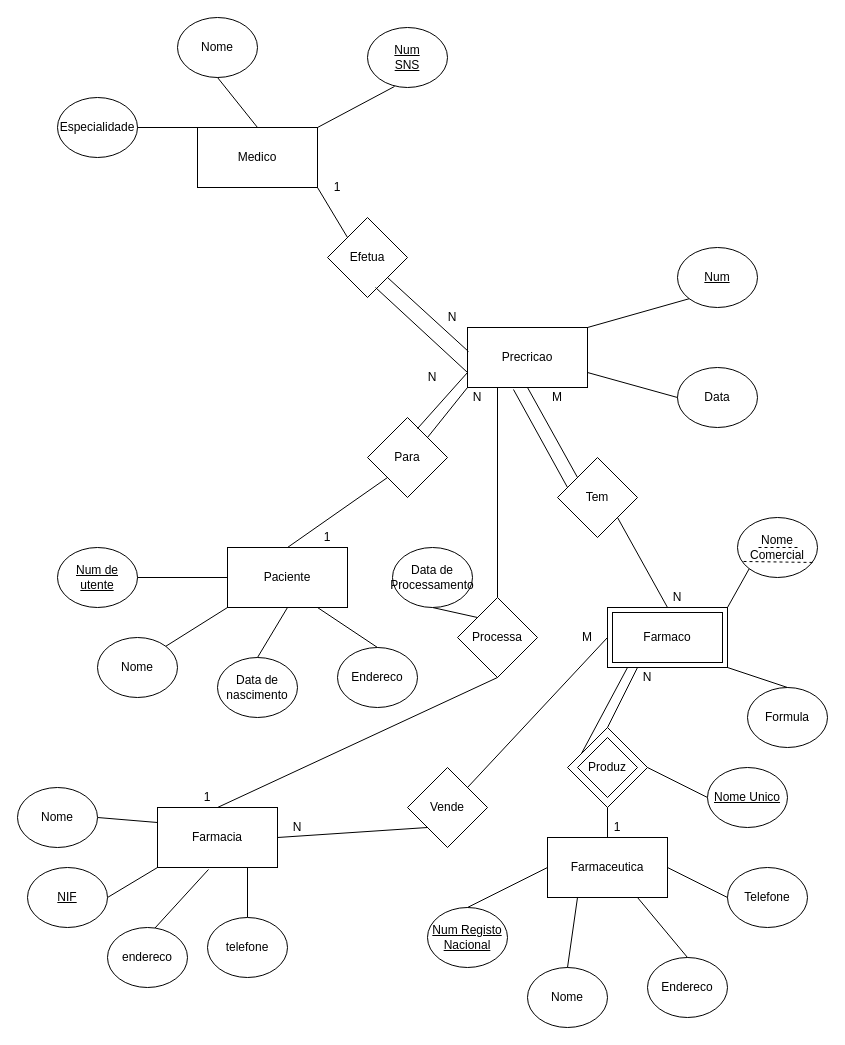
Above: G01/ex2.drawio in ahridesu/guioes-BD (draw.io), before the change. Source tidied: cells renumbered, new cells numbered last; positions are measured from the earlier drawing's top-left corner, leaving out a move shared by most shapes. Both pictures are drawn from the tidied source at 100%, with x=0, y=0 at pixel (17, 17).
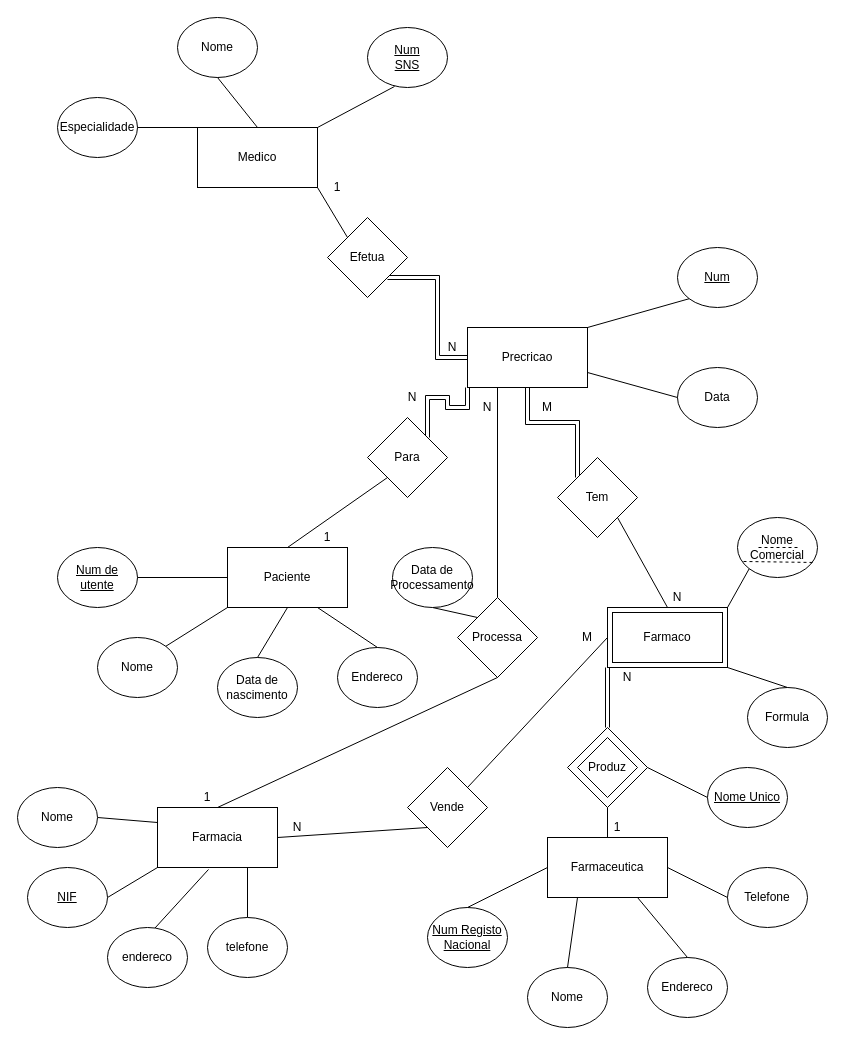
After the change.

Unchanged cells that the change refers to:
```xml
<mxCell id="2" value="Precricao" style="rounded=0;whiteSpace=wrap;html=1;" parent="1" vertex="1">
  <mxGeometry x="450" y="310" width="120" height="60" as="geometry" />
</mxCell>
<mxCell id="5" value="Farmaco" style="rounded=0;whiteSpace=wrap;html=1;" parent="1" vertex="1">
  <mxGeometry x="590" y="590" width="120" height="60" as="geometry" />
</mxCell>
<mxCell id="6" value="Efetua" style="rhombus;whiteSpace=wrap;html=1;" parent="1" vertex="1">
  <mxGeometry x="310" y="200" width="80" height="80" as="geometry" />
</mxCell>
<mxCell id="9" value="Para" style="rhombus;whiteSpace=wrap;html=1;" parent="1" vertex="1">
  <mxGeometry x="350" y="400" width="80" height="80" as="geometry" />
</mxCell>
<mxCell id="17" value="Tem" style="rhombus;whiteSpace=wrap;html=1;" parent="1" vertex="1">
  <mxGeometry x="540" y="440" width="80" height="80" as="geometry" />
</mxCell>
<mxCell id="54" value="Produz" style="rhombus;whiteSpace=wrap;html=1;" parent="1" vertex="1">
  <mxGeometry x="550" y="710" width="80" height="80" as="geometry" />
</mxCell>
<mxCell id="64" value="Processa" style="rhombus;whiteSpace=wrap;html=1;" parent="1" vertex="1">
  <mxGeometry x="440" y="580" width="80" height="80" as="geometry" />
</mxCell>
```

The edit, as a diff of the source:
```diff
@@
+    <mxCell id="18" style="edgeStyle=orthogonalEdgeStyle;shape=link;rounded=0;jettySize=auto;html=1;exitX=0.5;exitY=1;exitDx=0;exitDy=0;entryX=0;entryY=0;entryDx=0;entryDy=0;" parent="1" edge="1" source="2" target="17">
+      <mxGeometry relative="1" as="geometry" />
+    </mxCell>
+    <mxCell id="88" style="edgeStyle=orthogonalEdgeStyle;shape=link;rounded=0;jettySize=auto;html=1;exitX=0;exitY=1;exitDx=0;exitDy=0;entryX=1;entryY=0;entryDx=0;entryDy=0;" parent="1" edge="1" source="2" target="9">
+      <mxGeometry relative="1" as="geometry" />
+    </mxCell>
@@
+    <mxCell id="89" style="edgeStyle=orthogonalEdgeStyle;shape=link;rounded=0;jettySize=auto;html=1;exitX=0;exitY=1;exitDx=0;exitDy=0;entryX=0.5;entryY=0;entryDx=0;entryDy=0;" parent="1" edge="1" source="5" target="54">
+      <mxGeometry relative="1" as="geometry" />
+    </mxCell>
@@
+    <mxCell id="90" style="edgeStyle=orthogonalEdgeStyle;shape=link;rounded=0;jettySize=auto;html=1;exitX=1;exitY=1;exitDx=0;exitDy=0;entryX=0;entryY=0.5;entryDx=0;entryDy=0;" parent="1" edge="1" source="6" target="2">
+      <mxGeometry relative="1" as="geometry" />
+    </mxCell>
@@
-    <mxCell id="8" style="endArrow=none;html=1;entryX=1;entryY=1;entryDx=0;entryDy=0;exitX=0.008;exitY=0.4;exitDx=0;exitDy=0;exitPerimeter=0;" parent="1" edge="1" source="2" target="6">
-      <mxGeometry relative="1" as="geometry" />
-    </mxCell>
@@
-    <mxCell id="10" style="endArrow=none;html=1;entryX=0;entryY=1;entryDx=0;entryDy=0;exitX=1;exitY=0;exitDx=0;exitDy=0;" parent="1" edge="1" source="9" target="2">
-      <mxGeometry relative="1" as="geometry" />
-    </mxCell>
@@
-    <mxCell id="18" style="endArrow=none;html=1;entryX=0;entryY=0;entryDx=0;entryDy=0;exitX=0.5;exitY=1;exitDx=0;exitDy=0;" parent="1" edge="1" source="2" target="17">
-      <mxGeometry relative="1" as="geometry" />
-    </mxCell>
     <mxCell id="19" value="M" style="text;html=1;strokeColor=none;fillColor=none;align=center;verticalAlign=middle;whiteSpace=wrap;rounded=0;" parent="1" vertex="1">
-      <mxGeometry x="520" y="370" width="40" height="20" as="geometry" />
+      <mxGeometry x="510" y="380" width="40" height="20" as="geometry" />
     </mxCell>
@@
-    <mxCell id="21" style="endArrow=none;html=1;entryX=0.383;entryY=1.033;entryDx=0;entryDy=0;entryPerimeter=0;exitX=0.125;exitY=0.375;exitDx=0;exitDy=0;exitPerimeter=0;" parent="1" edge="1" source="17" target="2">
-      <mxGeometry relative="1" as="geometry" />
-    </mxCell>
@@
     <mxCell id="38" value="N" style="text;html=1;strokeColor=none;fillColor=none;align=center;verticalAlign=middle;whiteSpace=wrap;rounded=0;" parent="1" vertex="1">
-      <mxGeometry x="440" y="370" width="40" height="20" as="geometry" />
+      <mxGeometry x="450" y="380" width="40" height="20" as="geometry" />
     </mxCell>
@@
     <mxCell id="41" value="N" style="text;html=1;strokeColor=none;fillColor=none;align=center;verticalAlign=middle;whiteSpace=wrap;rounded=0;" parent="1" vertex="1">
-      <mxGeometry x="415" y="290" width="40" height="20" as="geometry" />
+      <mxGeometry x="415" y="320" width="40" height="20" as="geometry" />
     </mxCell>
@@
-    <mxCell id="56" style="endArrow=none;html=1;exitX=0.5;exitY=0;exitDx=0;exitDy=0;entryX=0.25;entryY=1;entryDx=0;entryDy=0;" parent="1" edge="1" source="54" target="5">
-      <mxGeometry relative="1" as="geometry" />
-    </mxCell>
     <mxCell id="57" value="N" style="text;html=1;strokeColor=none;fillColor=none;align=center;verticalAlign=middle;whiteSpace=wrap;rounded=0;" parent="1" vertex="1">
-      <mxGeometry x="610" y="650" width="40" height="20" as="geometry" />
+      <mxGeometry x="590" y="650" width="40" height="20" as="geometry" />
     </mxCell>
-    <mxCell id="58" style="endArrow=none;html=1;exitX=0;exitY=0.75;exitDx=0;exitDy=0;" parent="1" edge="1" source="2">
-      <mxGeometry relative="1" as="geometry">
-        <mxPoint x="358" y="270" as="targetPoint" />
-      </mxGeometry>
-    </mxCell>
-    <mxCell id="59" style="endArrow=none;html=1;exitX=0.625;exitY=0.138;exitDx=0;exitDy=0;exitPerimeter=0;entryX=0;entryY=0.75;entryDx=0;entryDy=0;" parent="1" edge="1" source="9" target="2">
-      <mxGeometry relative="1" as="geometry" />
-    </mxCell>
@@
-    <mxCell id="63" style="endArrow=none;html=1;entryX=1;entryY=0;entryDx=0;entryDy=0;exitX=0.5;exitY=0;exitDx=0;exitDy=0;" parent="1" edge="1" source="64" target="38">
+    <mxCell id="63" style="endArrow=none;html=1;entryX=0.25;entryY=1;entryDx=0;entryDy=0;exitX=0.5;exitY=0;exitDx=0;exitDy=0;" parent="1" edge="1" source="64" target="2">
       <mxGeometry relative="1" as="geometry" />
     </mxCell>
@@
     <mxCell id="67" value="N" style="text;html=1;strokeColor=none;fillColor=none;align=center;verticalAlign=middle;whiteSpace=wrap;rounded=0;" parent="1" vertex="1">
-      <mxGeometry x="395" y="350" width="40" height="20" as="geometry" />
+      <mxGeometry x="375" y="370" width="40" height="20" as="geometry" />
     </mxCell>
-    <mxCell id="68" style="endArrow=none;html=1;exitX=0.175;exitY=0.325;exitDx=0;exitDy=0;exitPerimeter=0;entryX=0;entryY=0;entryDx=0;entryDy=0;" parent="1" edge="1" source="54" target="57">
-      <mxGeometry relative="1" as="geometry" />
-    </mxCell>
@@
+    <mxCell id="91" style="edgeStyle=orthogonalEdgeStyle;shape=link;rounded=0;orthogonalLoop=1;jettySize=auto;html=1;exitX=0.5;exitY=1;exitDx=0;exitDy=0;" parent="1" edge="1" source="38" target="38">
+      <mxGeometry relative="1" as="geometry" />
+    </mxCell>
```
